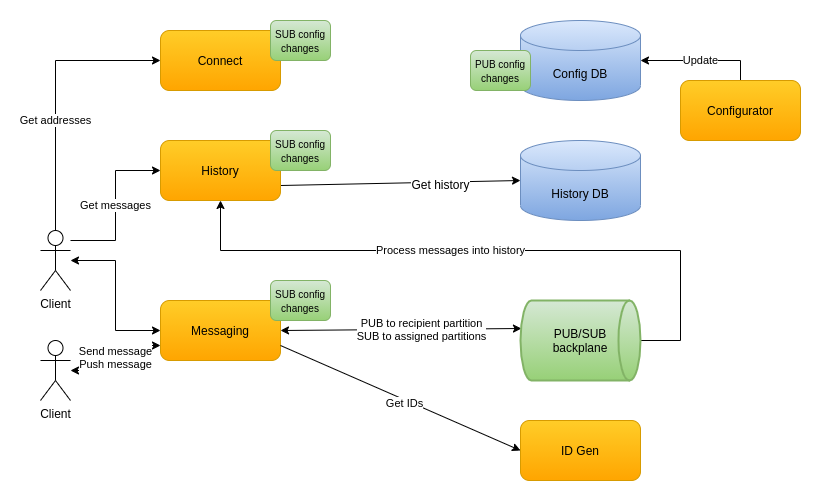
cvetomir-todorov/CecoChat keeps this draw.io diagram as docs/images/cecochat-01-overall.png. Above is the earlier version. Source tidied: cells renumbered, new cells last; positions are measured from the earlier drawing's top-left corner, leaving out a move shared by most shapes.
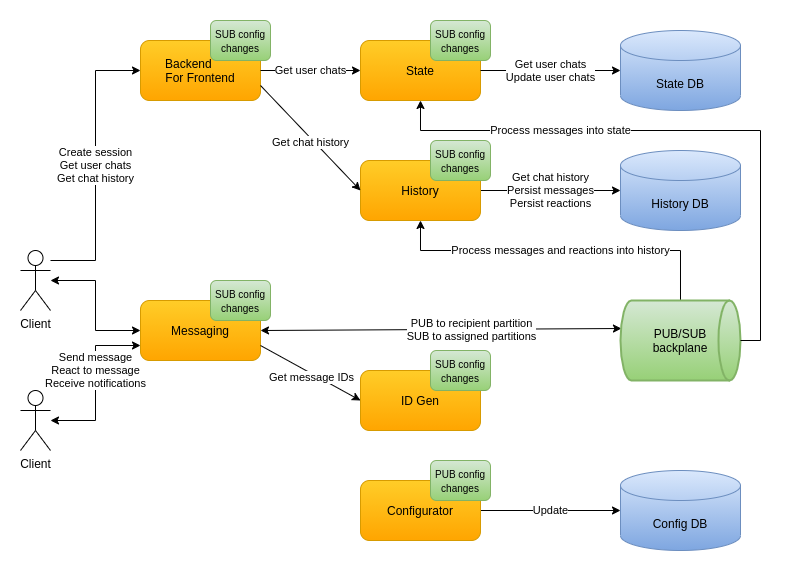
After the commit.

Change to the diagram source:
```diff
@@ -5,29 +5,22 @@
     <mxCell id="2" style="edgeStyle=orthogonalEdgeStyle;rounded=0;jettySize=auto;html=1;entryX=0;entryY=0.5;entryDx=0;entryDy=0;startArrow=classic;startFill=1;" parent="1" edge="1" source="5" target="9">
       <mxGeometry relative="1" as="geometry" />
     </mxCell>
-    <mxCell id="3" value="Get addresses" style="edgeStyle=orthogonalEdgeStyle;rounded=0;jettySize=auto;html=1;entryX=0;entryY=0.5;entryDx=0;entryDy=0;" parent="1" edge="1" source="5" target="14">
-      <mxGeometry x="-0.2" relative="1" as="geometry">
-        <Array as="points">
-          <mxPoint x="15" y="40" />
-        </Array>
-      </mxGeometry>
-    </mxCell>
-    <mxCell id="4" value="Get messages" style="edgeStyle=orthogonalEdgeStyle;rounded=0;jettySize=auto;html=1;entryX=0;entryY=0.5;entryDx=0;entryDy=0;" parent="1" edge="1" source="5" target="18">
+    <mxCell id="4" value="Create session&lt;br&gt;Get user chats&lt;br&gt;Get chat history" style="edgeStyle=orthogonalEdgeStyle;rounded=0;jettySize=auto;html=1;entryX=0;entryY=0.5;entryDx=0;entryDy=0;" parent="1" edge="1" source="5" target="25">
       <mxGeometry relative="1" as="geometry">
         <Array as="points">
-          <mxPoint x="75" y="220" />
-          <mxPoint x="75" y="150" />
+          <mxPoint x="75" y="240" />
+          <mxPoint x="75" y="50" />
         </Array>
       </mxGeometry>
     </mxCell>
     <mxCell id="5" value="Client" style="shape=umlActor;verticalLabelPosition=bottom;verticalAlign=top;html=1;outlineConnect=0;" parent="1" vertex="1">
-      <mxGeometry y="210" width="30" height="60" as="geometry" />
+      <mxGeometry y="230" width="30" height="60" as="geometry" />
     </mxCell>
-    <mxCell id="6" value="Send message&lt;br&gt;Push message" style="edgeStyle=orthogonalEdgeStyle;rounded=0;jettySize=auto;html=1;entryX=0;entryY=0.75;entryDx=0;entryDy=0;startArrow=classic;startFill=1;" parent="1" edge="1" source="7" target="9">
-      <mxGeometry relative="1" as="geometry" />
+    <mxCell id="6" value="Send message&lt;br&gt;React to message&lt;br&gt;Receive notifications" style="edgeStyle=orthogonalEdgeStyle;rounded=0;jettySize=auto;html=1;entryX=0;entryY=0.75;entryDx=0;entryDy=0;startArrow=classic;startFill=1;" parent="1" edge="1" source="7" target="9">
+      <mxGeometry x="0.15" relative="1" as="geometry" />
     </mxCell>
     <mxCell id="7" value="Client" style="shape=umlActor;verticalLabelPosition=bottom;verticalAlign=top;html=1;outlineConnect=0;" parent="1" vertex="1">
-      <mxGeometry y="320" width="30" height="60" as="geometry" />
+      <mxGeometry y="370" width="30" height="60" as="geometry" />
     </mxCell>
     <mxCell id="8" value="PUB to recipient partition&lt;br&gt;&lt;div&gt;SUB to assigned partitions&lt;/div&gt;" style="rounded=0;jettySize=auto;html=1;entryX=0.008;entryY=0.35;entryDx=0;entryDy=0;entryPerimeter=0;startArrow=classic;startFill=1;exitX=1;exitY=0.5;exitDx=0;exitDy=0;" parent="1" edge="1" source="9" target="11">
       <mxGeometry x="0.17" relative="1" as="geometry" />
@@ -35,56 +28,85 @@
     <mxCell id="9" value="&lt;font style=&quot;font-size: 12px&quot;&gt;Messaging&lt;/font&gt;" style="rounded=1;whiteSpace=wrap;html=1;gradientColor=#ffa500;fillColor=#ffcd28;strokeColor=#d79b00;" parent="1" vertex="1">
       <mxGeometry x="120" y="280" width="120" height="60" as="geometry" />
     </mxCell>
-    <mxCell id="10" value="Process messages into history" style="edgeStyle=orthogonalEdgeStyle;rounded=0;jettySize=auto;html=1;entryX=0.5;entryY=1;entryDx=0;entryDy=0;" parent="1" edge="1" source="11" target="18">
-      <mxGeometry x="0.12" relative="1" as="geometry">
+    <mxCell id="10" value="Process messages and reactions into history" style="edgeStyle=orthogonalEdgeStyle;rounded=0;jettySize=auto;html=1;entryX=0.5;entryY=1;entryDx=0;entryDy=0;exitX=0.5;exitY=0;exitDx=0;exitDy=0;exitPerimeter=0;" parent="1" edge="1" source="11" target="18">
+      <mxGeometry relative="1" as="geometry">
         <Array as="points">
-          <mxPoint x="640" y="320" />
-          <mxPoint x="640" y="230" />
-          <mxPoint x="180" y="230" />
+          <mxPoint x="660" y="230" />
+          <mxPoint x="400" y="230" />
         </Array>
       </mxGeometry>
     </mxCell>
     <mxCell id="11" value="PUB/SUB&lt;br&gt;backplane" style="strokeWidth=2;html=1;shape=mxgraph.flowchart.direct_data;whiteSpace=wrap;gradientColor=#97d077;fillColor=#d5e8d4;strokeColor=#82b366;" parent="1" vertex="1">
-      <mxGeometry x="480" y="280" width="120" height="80" as="geometry" />
+      <mxGeometry x="600" y="280" width="120" height="80" as="geometry" />
     </mxCell>
     <mxCell id="12" value="History DB" style="shape=cylinder3;whiteSpace=wrap;html=1;boundedLbl=1;backgroundOutline=1;size=15;gradientColor=#7ea6e0;fillColor=#dae8fc;strokeColor=#6c8ebf;" parent="1" vertex="1">
-      <mxGeometry x="480" y="120" width="120" height="80" as="geometry" />
+      <mxGeometry x="600" y="130" width="120" height="80" as="geometry" />
     </mxCell>
-    <mxCell id="13" value="&lt;font style=&quot;font-size: 12px&quot;&gt;Get history&lt;/font&gt;" style="rounded=0;jettySize=auto;html=1;entryX=0;entryY=0.5;entryDx=0;entryDy=0;entryPerimeter=0;startArrow=none;startFill=0;exitX=1;exitY=0.75;exitDx=0;exitDy=0;" parent="1" edge="1" source="18" target="12">
-      <mxGeometry x="0.33" y="-2" relative="1" as="geometry" />
+    <mxCell id="13" value="&lt;font style=&quot;font-size: 11px&quot;&gt;Get chat history&lt;br&gt;Persist messages&lt;br&gt;Persist reactions&lt;br&gt;&lt;/font&gt;" style="rounded=0;jettySize=auto;html=1;entryX=0;entryY=0.5;entryDx=0;entryDy=0;entryPerimeter=0;startArrow=none;startFill=0;exitX=1;exitY=0.5;exitDx=0;exitDy=0;" parent="1" edge="1" source="18" target="12">
+      <mxGeometry relative="1" as="geometry" />
     </mxCell>
-    <mxCell id="14" value="&lt;font style=&quot;font-size: 12px&quot;&gt;Connect&lt;br&gt;&lt;/font&gt;" style="rounded=1;whiteSpace=wrap;html=1;gradientColor=#ffa500;fillColor=#ffcd28;strokeColor=#d79b00;" parent="1" vertex="1">
-      <mxGeometry x="120" y="10" width="120" height="60" as="geometry" />
-    </mxCell>
-    <mxCell id="15" value="Update" style="edgeStyle=orthogonalEdgeStyle;rounded=0;jettySize=auto;html=1;entryX=1;entryY=0.5;entryDx=0;entryDy=0;entryPerimeter=0;exitX=0.5;exitY=0;exitDx=0;exitDy=0;" parent="1" edge="1" source="16" target="17">
+    <mxCell id="15" value="Update" style="edgeStyle=orthogonalEdgeStyle;rounded=0;jettySize=auto;html=1;entryX=0;entryY=0.5;entryDx=0;entryDy=0;entryPerimeter=0;exitX=1;exitY=0.5;exitDx=0;exitDy=0;" parent="1" edge="1" source="16" target="17">
       <mxGeometry relative="1" as="geometry" />
     </mxCell>
     <mxCell id="16" value="Configurator" style="rounded=1;whiteSpace=wrap;html=1;gradientColor=#ffa500;fillColor=#ffcd28;strokeColor=#d79b00;" parent="1" vertex="1">
-      <mxGeometry x="640" y="60" width="120" height="60" as="geometry" />
+      <mxGeometry x="340" y="460" width="120" height="60" as="geometry" />
     </mxCell>
     <mxCell id="17" value="Config DB" style="shape=cylinder3;whiteSpace=wrap;html=1;boundedLbl=1;backgroundOutline=1;size=15;gradientColor=#7ea6e0;fillColor=#dae8fc;strokeColor=#6c8ebf;" parent="1" vertex="1">
-      <mxGeometry x="480" width="120" height="80" as="geometry" />
+      <mxGeometry x="600" y="450" width="120" height="80" as="geometry" />
     </mxCell>
     <mxCell id="18" value="&lt;font style=&quot;font-size: 12px&quot;&gt;History&lt;/font&gt;" style="rounded=1;whiteSpace=wrap;html=1;gradientColor=#ffa500;fillColor=#ffcd28;strokeColor=#d79b00;" parent="1" vertex="1">
-      <mxGeometry x="120" y="120" width="120" height="60" as="geometry" />
+      <mxGeometry x="340" y="140" width="120" height="60" as="geometry" />
     </mxCell>
     <mxCell id="19" value="&lt;font style=&quot;font-size: 12px&quot;&gt;ID Gen&lt;/font&gt;" style="rounded=1;whiteSpace=wrap;html=1;gradientColor=#ffa500;fillColor=#ffcd28;strokeColor=#d79b00;" parent="1" vertex="1">
-      <mxGeometry x="480" y="400" width="120" height="60" as="geometry" />
+      <mxGeometry x="340" y="350" width="120" height="60" as="geometry" />
     </mxCell>
-    <mxCell id="20" value="Get IDs" style="endArrow=classic;html=1;exitX=1;exitY=0.75;exitDx=0;exitDy=0;entryX=0;entryY=0.5;entryDx=0;entryDy=0;" parent="1" edge="1" source="9" target="19">
+    <mxCell id="20" value="Get message IDs" style="endArrow=classic;html=1;exitX=1;exitY=0.75;exitDx=0;exitDy=0;entryX=0;entryY=0.5;entryDx=0;entryDy=0;" parent="1" edge="1" source="9" target="19">
       <mxGeometry x="0.04" y="-3" relative="1" as="geometry" />
     </mxCell>
     <mxCell id="21" value="&lt;font style=&quot;font-size: 10px&quot;&gt;PUB config&lt;br&gt;changes&lt;/font&gt;" style="rounded=1;whiteSpace=wrap;html=1;gradientColor=#97d077;fillColor=#d5e8d4;strokeColor=#82b366;" parent="1" vertex="1">
-      <mxGeometry x="430" y="30" width="60" height="40" as="geometry" />
+      <mxGeometry x="410" y="440" width="60" height="40" as="geometry" />
     </mxCell>
-    <mxCell id="22" value="&lt;font style=&quot;font-size: 10px&quot;&gt;SUB config&lt;br&gt;changes&lt;/font&gt;" style="rounded=1;whiteSpace=wrap;html=1;gradientColor=#97d077;fillColor=#d5e8d4;strokeColor=#82b366;" parent="1" vertex="1">
-      <mxGeometry x="230" width="60" height="40" as="geometry" />
-    </mxCell>
-    <mxCell id="23" value="&lt;font style=&quot;font-size: 10px&quot;&gt;SUB config&lt;br&gt;changes&lt;/font&gt;" style="rounded=1;whiteSpace=wrap;html=1;gradientColor=#97d077;fillColor=#d5e8d4;strokeColor=#82b366;" parent="1" vertex="1">
-      <mxGeometry x="230" y="110" width="60" height="40" as="geometry" />
-    </mxCell>
     <mxCell id="24" value="&lt;font style=&quot;font-size: 10px&quot;&gt;SUB config&lt;br&gt;changes&lt;/font&gt;" style="rounded=1;whiteSpace=wrap;html=1;gradientColor=#97d077;fillColor=#d5e8d4;strokeColor=#82b366;" parent="1" vertex="1">
-      <mxGeometry x="230" y="260" width="60" height="40" as="geometry" />
+      <mxGeometry x="190" y="260" width="60" height="40" as="geometry" />
     </mxCell>
+    <mxCell id="25" value="&lt;font style=&quot;font-size: 12px&quot;&gt;Backend&amp;nbsp; &amp;nbsp; &amp;nbsp; &amp;nbsp;&lt;br&gt;For Frontend&lt;/font&gt;" style="rounded=1;whiteSpace=wrap;html=1;gradientColor=#ffa500;fillColor=#ffcd28;strokeColor=#d79b00;" parent="1" vertex="1">
+      <mxGeometry x="120" y="20" width="120" height="60" as="geometry" />
+    </mxCell>
+    <mxCell id="26" value="&lt;font style=&quot;font-size: 10px&quot;&gt;SUB config&lt;br&gt;changes&lt;/font&gt;" style="rounded=1;whiteSpace=wrap;html=1;gradientColor=#97d077;fillColor=#d5e8d4;strokeColor=#82b366;" parent="1" vertex="1">
+      <mxGeometry x="190" width="60" height="40" as="geometry" />
+    </mxCell>
+    <mxCell id="27" value="State DB" style="shape=cylinder3;whiteSpace=wrap;html=1;boundedLbl=1;backgroundOutline=1;size=15;gradientColor=#7ea6e0;fillColor=#dae8fc;strokeColor=#6c8ebf;" parent="1" vertex="1">
+      <mxGeometry x="600" y="10" width="120" height="80" as="geometry" />
+    </mxCell>
+    <mxCell id="28" value="&lt;font style=&quot;font-size: 12px&quot;&gt;State&lt;/font&gt;" style="rounded=1;whiteSpace=wrap;html=1;gradientColor=#ffa500;fillColor=#ffcd28;strokeColor=#d79b00;" parent="1" vertex="1">
+      <mxGeometry x="340" y="20" width="120" height="60" as="geometry" />
+    </mxCell>
+    <mxCell id="29" value="Process messages into state" style="edgeStyle=orthogonalEdgeStyle;rounded=0;jettySize=auto;html=1;entryX=0.5;entryY=1;entryDx=0;entryDy=0;exitX=1;exitY=0.5;exitDx=0;exitDy=0;exitPerimeter=0;" parent="1" edge="1" source="11" target="28">
+      <mxGeometry x="0.43" relative="1" as="geometry">
+        <Array as="points">
+          <mxPoint x="740" y="320" />
+          <mxPoint x="740" y="110" />
+          <mxPoint x="400" y="110" />
+        </Array>
+      </mxGeometry>
+    </mxCell>
+    <mxCell id="30" value="&lt;font style=&quot;font-size: 11px&quot;&gt;Get user chats&lt;br&gt;Update user chats&lt;br&gt;&lt;/font&gt;" style="rounded=0;jettySize=auto;html=1;entryX=0;entryY=0.5;entryDx=0;entryDy=0;entryPerimeter=0;startArrow=none;startFill=0;exitX=1;exitY=0.5;exitDx=0;exitDy=0;" parent="1" edge="1" source="28" target="27">
+      <mxGeometry relative="1" as="geometry" />
+    </mxCell>
+    <mxCell id="31" value="Get chat history" style="endArrow=classic;html=1;exitX=1;exitY=0.75;exitDx=0;exitDy=0;entryX=0;entryY=0.5;entryDx=0;entryDy=0;" parent="1" edge="1" source="25" target="18">
+      <mxGeometry x="0.04" y="-3" relative="1" as="geometry" />
+    </mxCell>
+    <mxCell id="32" value="Get user chats" style="endArrow=classic;html=1;entryX=0;entryY=0.5;entryDx=0;entryDy=0;exitX=1;exitY=0.5;exitDx=0;exitDy=0;" parent="1" edge="1" source="25" target="28">
+      <mxGeometry relative="1" as="geometry" />
+    </mxCell>
+    <mxCell id="33" value="&lt;font style=&quot;font-size: 10px&quot;&gt;SUB config&lt;br&gt;changes&lt;/font&gt;" style="rounded=1;whiteSpace=wrap;html=1;gradientColor=#97d077;fillColor=#d5e8d4;strokeColor=#82b366;" parent="1" vertex="1">
+      <mxGeometry x="410" y="120" width="60" height="40" as="geometry" />
+    </mxCell>
+    <mxCell id="34" value="&lt;font style=&quot;font-size: 10px&quot;&gt;SUB config&lt;br&gt;changes&lt;/font&gt;" style="rounded=1;whiteSpace=wrap;html=1;gradientColor=#97d077;fillColor=#d5e8d4;strokeColor=#82b366;" parent="1" vertex="1">
+      <mxGeometry x="410" width="60" height="40" as="geometry" />
+    </mxCell>
+    <mxCell id="35" value="&lt;font style=&quot;font-size: 10px&quot;&gt;SUB config&lt;br&gt;changes&lt;/font&gt;" style="rounded=1;whiteSpace=wrap;html=1;gradientColor=#97d077;fillColor=#d5e8d4;strokeColor=#82b366;" parent="1" vertex="1">
+      <mxGeometry x="410" y="330" width="60" height="40" as="geometry" />
+    </mxCell>
   </root>
 </mxGraphModel>
```
